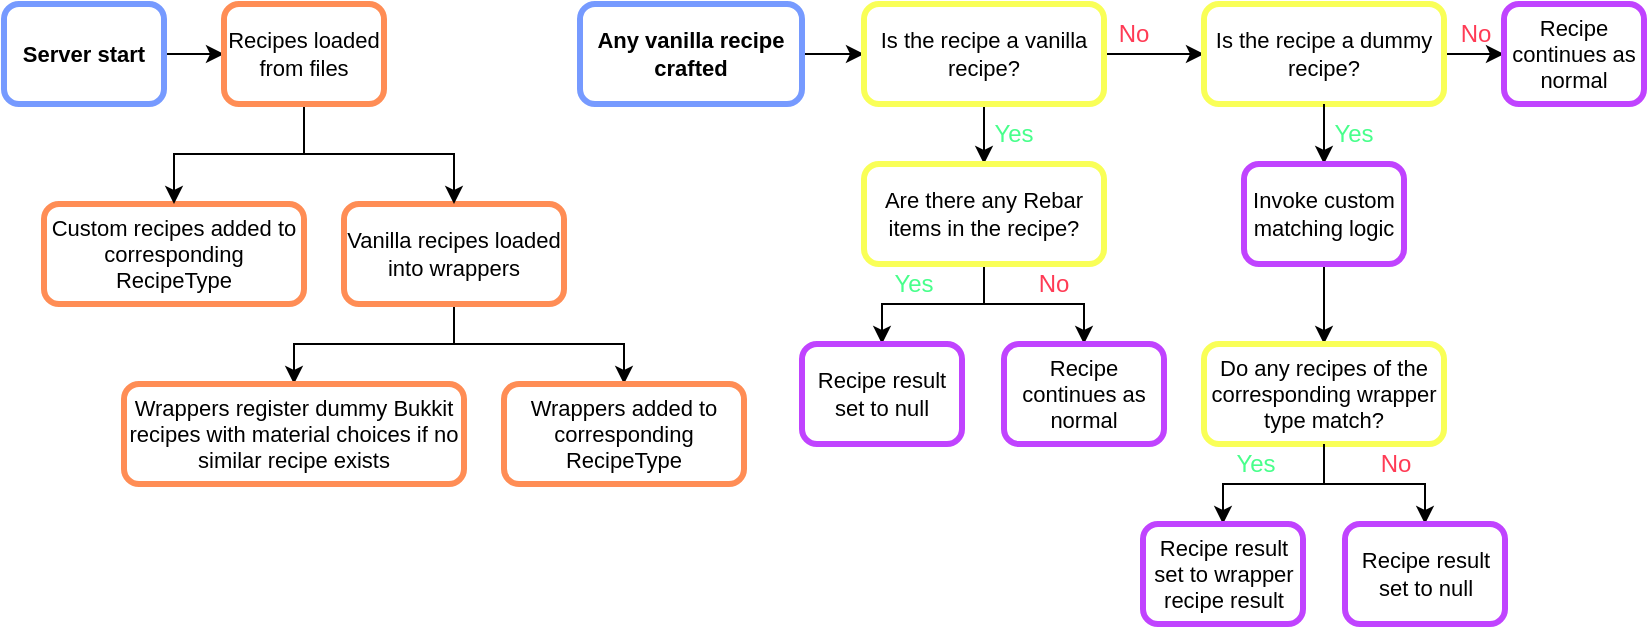
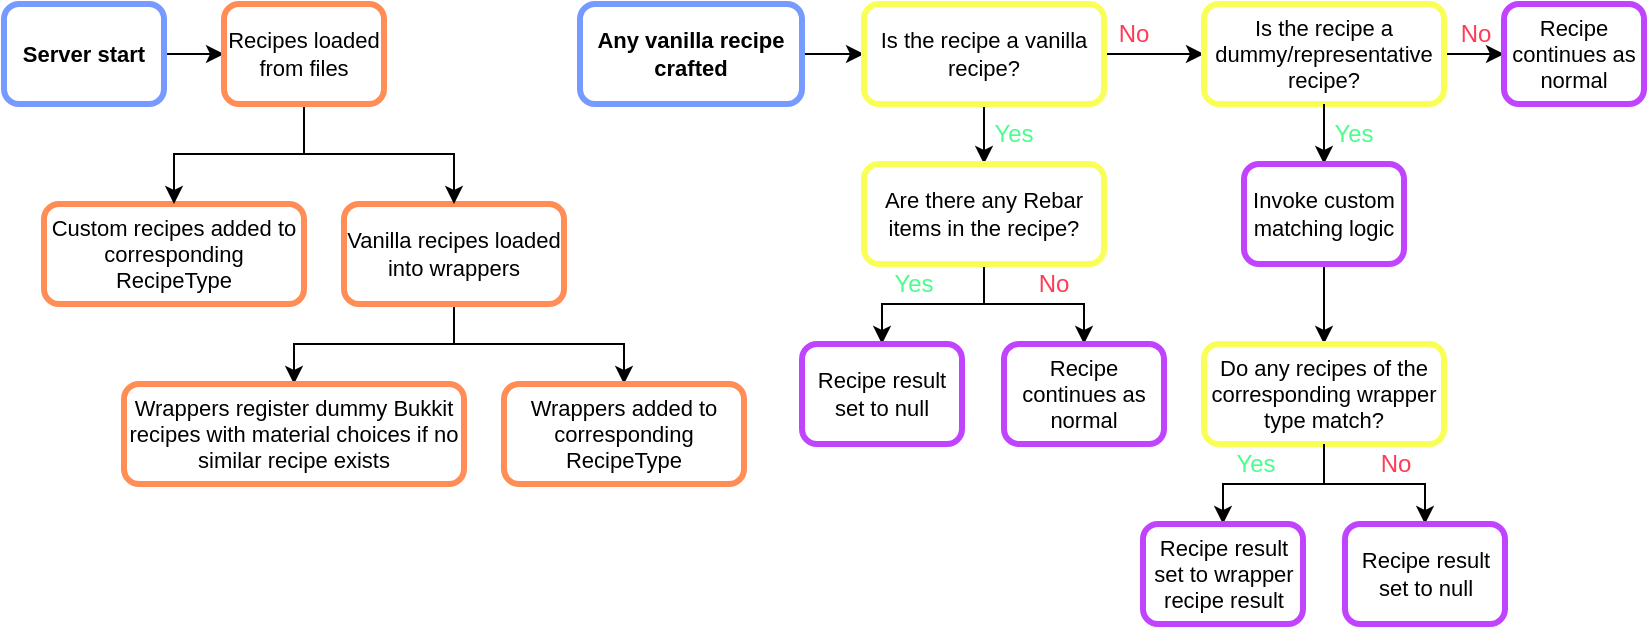
<mxfile host="Electron" agent="Mozilla/5.0 (X11; Linux x86_64) AppleWebKit/537.36 (KHTML, like Gecko) draw.io/28.2.5 Chrome/138.0.7204.251 Electron/37.6.1 Safari/537.36" version="28.2.5">
  <diagram name="Page-1" id="zRISMGSPJb2iWKu7wSxN">
-     <mxGraphModel dx="3420" dy="1708" grid="1" gridSize="10" guides="1" tooltips="1" connect="1" arrows="1" fold="1" page="0" pageScale="1" pageWidth="827" pageHeight="1169" math="0" shadow="0">
+     <mxGraphModel dx="782" dy="82" grid="1" gridSize="10" guides="1" tooltips="1" connect="1" arrows="1" fold="1" page="0" pageScale="1" pageWidth="827" pageHeight="1169" math="0" shadow="0">
      <root>
        <mxCell id="0" />
        <mxCell id="1" parent="0" />
        <mxCell id="WDVlLpDIWkS40uQ7AlG5-25" style="edgeStyle=orthogonalEdgeStyle;rounded=0;orthogonalLoop=1;jettySize=auto;html=1;entryX=0;entryY=0.5;entryDx=0;entryDy=0;" edge="1" parent="1" source="WDVlLpDIWkS40uQ7AlG5-9" target="WDVlLpDIWkS40uQ7AlG5-23">
          <mxGeometry relative="1" as="geometry" />
        </mxCell>
        <mxCell id="WDVlLpDIWkS40uQ7AlG5-9" value="Server start" style="rounded=1;whiteSpace=wrap;html=1;strokeWidth=3;strokeColor=#769AFF;fontStyle=1;fontSize=11;" vertex="1" parent="1">
          <mxGeometry x="70" y="540" width="80" height="50" as="geometry" />
        </mxCell>
        <mxCell id="WDVlLpDIWkS40uQ7AlG5-35" style="edgeStyle=orthogonalEdgeStyle;rounded=0;orthogonalLoop=1;jettySize=auto;html=1;" edge="1" parent="1" source="WDVlLpDIWkS40uQ7AlG5-10" target="WDVlLpDIWkS40uQ7AlG5-20">
          <mxGeometry relative="1" as="geometry" />
        </mxCell>
        <mxCell id="WDVlLpDIWkS40uQ7AlG5-36" style="edgeStyle=orthogonalEdgeStyle;rounded=0;orthogonalLoop=1;jettySize=auto;html=1;" edge="1" parent="1" source="WDVlLpDIWkS40uQ7AlG5-10" target="WDVlLpDIWkS40uQ7AlG5-15">
          <mxGeometry relative="1" as="geometry" />
        </mxCell>
        <mxCell id="WDVlLpDIWkS40uQ7AlG5-10" value="Vanilla recipes loaded into wrappers" style="rounded=1;whiteSpace=wrap;html=1;strokeWidth=3;strokeColor=#FF8D55;fontStyle=0;fontSize=11;" vertex="1" parent="1">
          <mxGeometry x="240" y="640" width="110" height="50" as="geometry" />
        </mxCell>
        <mxCell id="WDVlLpDIWkS40uQ7AlG5-13" value="Custom recipes added to corresponding RecipeType" style="rounded=1;whiteSpace=wrap;html=1;strokeWidth=3;strokeColor=#FF8D55;fontStyle=0;fontSize=11;" vertex="1" parent="1">
          <mxGeometry x="90" y="640" width="130" height="50" as="geometry" />
        </mxCell>
        <mxCell id="WDVlLpDIWkS40uQ7AlG5-15" value="Wrappers added to corresponding RecipeType" style="rounded=1;whiteSpace=wrap;html=1;strokeWidth=3;strokeColor=#FF8D55;fontStyle=0;fontSize=11;" vertex="1" parent="1">
          <mxGeometry x="320" y="730" width="120" height="50" as="geometry" />
        </mxCell>
        <mxCell id="WDVlLpDIWkS40uQ7AlG5-20" value="Wrappers register dummy Bukkit recipes with material choices if no similar recipe exists" style="rounded=1;whiteSpace=wrap;html=1;strokeWidth=3;strokeColor=#FF8D55;fontStyle=0;fontSize=11;" vertex="1" parent="1">
          <mxGeometry x="130" y="730" width="170" height="50" as="geometry" />
        </mxCell>
        <mxCell id="WDVlLpDIWkS40uQ7AlG5-26" style="edgeStyle=orthogonalEdgeStyle;rounded=0;orthogonalLoop=1;jettySize=auto;html=1;" edge="1" parent="1" source="WDVlLpDIWkS40uQ7AlG5-23" target="WDVlLpDIWkS40uQ7AlG5-13">
          <mxGeometry relative="1" as="geometry" />
        </mxCell>
        <mxCell id="WDVlLpDIWkS40uQ7AlG5-34" style="edgeStyle=orthogonalEdgeStyle;rounded=0;orthogonalLoop=1;jettySize=auto;html=1;" edge="1" parent="1" source="WDVlLpDIWkS40uQ7AlG5-23" target="WDVlLpDIWkS40uQ7AlG5-10">
          <mxGeometry relative="1" as="geometry" />
        </mxCell>
        <mxCell id="WDVlLpDIWkS40uQ7AlG5-23" value="Recipes loaded from files" style="rounded=1;whiteSpace=wrap;html=1;strokeWidth=3;strokeColor=#FF8D55;fontStyle=0;fontSize=11;" vertex="1" parent="1">
          <mxGeometry x="180" y="540" width="80" height="50" as="geometry" />
        </mxCell>
        <mxCell id="WDVlLpDIWkS40uQ7AlG5-42" style="edgeStyle=orthogonalEdgeStyle;rounded=0;orthogonalLoop=1;jettySize=auto;html=1;entryX=0;entryY=0.5;entryDx=0;entryDy=0;" edge="1" parent="1" target="WDVlLpDIWkS40uQ7AlG5-41">
          <mxGeometry relative="1" as="geometry">
            <mxPoint x="469" y="565" as="sourcePoint" />
          </mxGeometry>
        </mxCell>
        <mxCell id="WDVlLpDIWkS40uQ7AlG5-38" value="Any vanilla recipe crafted" style="rounded=1;whiteSpace=wrap;html=1;strokeWidth=3;strokeColor=#769AFF;fontStyle=1;fontSize=11;" vertex="1" parent="1">
          <mxGeometry x="358" y="540" width="111" height="50" as="geometry" />
        </mxCell>
        <mxCell id="WDVlLpDIWkS40uQ7AlG5-46" style="edgeStyle=orthogonalEdgeStyle;rounded=0;orthogonalLoop=1;jettySize=auto;html=1;entryX=0.5;entryY=0;entryDx=0;entryDy=0;" edge="1" parent="1" source="WDVlLpDIWkS40uQ7AlG5-41">
          <mxGeometry relative="1" as="geometry">
            <mxPoint x="560" y="619.9999999999999" as="targetPoint" />
          </mxGeometry>
        </mxCell>
        <mxCell id="WDVlLpDIWkS40uQ7AlG5-53" style="edgeStyle=orthogonalEdgeStyle;rounded=0;orthogonalLoop=1;jettySize=auto;html=1;entryX=0;entryY=0.5;entryDx=0;entryDy=0;" edge="1" parent="1" source="WDVlLpDIWkS40uQ7AlG5-41" target="WDVlLpDIWkS40uQ7AlG5-52">
          <mxGeometry relative="1" as="geometry" />
        </mxCell>
        <mxCell id="WDVlLpDIWkS40uQ7AlG5-41" value="Is the recipe a vanilla recipe?" style="rounded=1;whiteSpace=wrap;html=1;strokeWidth=3;strokeColor=#F9FF57;fontStyle=0;fontSize=11;" vertex="1" parent="1">
          <mxGeometry x="500" y="540" width="120" height="50" as="geometry" />
        </mxCell>
        <mxCell id="WDVlLpDIWkS40uQ7AlG5-67" style="edgeStyle=orthogonalEdgeStyle;rounded=0;orthogonalLoop=1;jettySize=auto;html=1;entryX=0.5;entryY=0;entryDx=0;entryDy=0;" edge="1" parent="1" source="WDVlLpDIWkS40uQ7AlG5-47" target="WDVlLpDIWkS40uQ7AlG5-51">
          <mxGeometry relative="1" as="geometry" />
        </mxCell>
        <mxCell id="WDVlLpDIWkS40uQ7AlG5-68" style="edgeStyle=orthogonalEdgeStyle;rounded=0;orthogonalLoop=1;jettySize=auto;html=1;entryX=0.5;entryY=0;entryDx=0;entryDy=0;" edge="1" parent="1" source="WDVlLpDIWkS40uQ7AlG5-47" target="WDVlLpDIWkS40uQ7AlG5-63">
          <mxGeometry relative="1" as="geometry" />
        </mxCell>
        <mxCell id="WDVlLpDIWkS40uQ7AlG5-47" value="Are there any Rebar items in the recipe?" style="rounded=1;whiteSpace=wrap;html=1;strokeWidth=3;strokeColor=#F9FF57;fontStyle=0;fontSize=11;" vertex="1" parent="1">
          <mxGeometry x="500" y="620" width="120" height="50" as="geometry" />
        </mxCell>
        <mxCell id="WDVlLpDIWkS40uQ7AlG5-48" value="Yes" style="text;html=1;align=center;verticalAlign=middle;whiteSpace=wrap;rounded=0;fontColor=#48FF8B;" vertex="1" parent="1">
          <mxGeometry x="560" y="590" width="30" height="30" as="geometry" />
        </mxCell>
        <mxCell id="WDVlLpDIWkS40uQ7AlG5-50" value="Yes" style="text;html=1;align=center;verticalAlign=middle;whiteSpace=wrap;rounded=0;fontColor=#48FF8B;" vertex="1" parent="1">
          <mxGeometry x="510" y="670" width="30" height="20" as="geometry" />
        </mxCell>
        <mxCell id="WDVlLpDIWkS40uQ7AlG5-51" value="Recipe result set to null" style="rounded=1;whiteSpace=wrap;html=1;strokeWidth=3;strokeColor=#C043FF;fontStyle=0;fontSize=11;" vertex="1" parent="1">
          <mxGeometry x="469" y="710" width="80" height="50" as="geometry" />
        </mxCell>
        <mxCell id="WDVlLpDIWkS40uQ7AlG5-81" style="edgeStyle=orthogonalEdgeStyle;rounded=0;orthogonalLoop=1;jettySize=auto;html=1;entryX=0;entryY=0.5;entryDx=0;entryDy=0;" edge="1" parent="1" source="WDVlLpDIWkS40uQ7AlG5-52" target="WDVlLpDIWkS40uQ7AlG5-80">
          <mxGeometry relative="1" as="geometry" />
        </mxCell>
-         <mxCell id="WDVlLpDIWkS40uQ7AlG5-52" value="Is the recipe a dummy recipe?" style="rounded=1;whiteSpace=wrap;html=1;strokeWidth=3;strokeColor=#F9FF57;fontStyle=0;fontSize=11;" vertex="1" parent="1">
+         <mxCell id="WDVlLpDIWkS40uQ7AlG5-52" value="Is the recipe a dummy/representative recipe?" style="rounded=1;whiteSpace=wrap;html=1;strokeWidth=3;strokeColor=#F9FF57;fontStyle=0;fontSize=11;" vertex="1" parent="1">
          <mxGeometry x="670" y="540" width="120" height="50" as="geometry" />
        </mxCell>
        <mxCell id="WDVlLpDIWkS40uQ7AlG5-54" value="No" style="text;html=1;align=center;verticalAlign=middle;whiteSpace=wrap;rounded=0;fontColor=#FF3B55;" vertex="1" parent="1">
          <mxGeometry x="620" y="540" width="30" height="30" as="geometry" />
        </mxCell>
        <mxCell id="WDVlLpDIWkS40uQ7AlG5-56" style="edgeStyle=orthogonalEdgeStyle;rounded=0;orthogonalLoop=1;jettySize=auto;html=1;entryX=0.5;entryY=0;entryDx=0;entryDy=0;" edge="1" parent="1">
          <mxGeometry relative="1" as="geometry">
            <mxPoint x="730" y="590" as="sourcePoint" />
            <mxPoint x="730" y="619.9999999999999" as="targetPoint" />
          </mxGeometry>
        </mxCell>
        <mxCell id="WDVlLpDIWkS40uQ7AlG5-57" value="Yes" style="text;html=1;align=center;verticalAlign=middle;whiteSpace=wrap;rounded=0;fontColor=#48FF8B;" vertex="1" parent="1">
          <mxGeometry x="730" y="590" width="30" height="30" as="geometry" />
        </mxCell>
        <mxCell id="WDVlLpDIWkS40uQ7AlG5-70" style="edgeStyle=orthogonalEdgeStyle;rounded=0;orthogonalLoop=1;jettySize=auto;html=1;" edge="1" parent="1" source="WDVlLpDIWkS40uQ7AlG5-58" target="WDVlLpDIWkS40uQ7AlG5-69">
          <mxGeometry relative="1" as="geometry" />
        </mxCell>
        <mxCell id="WDVlLpDIWkS40uQ7AlG5-58" value="Invoke custom matching logic" style="rounded=1;whiteSpace=wrap;html=1;strokeWidth=3;strokeColor=#C043FF;fontStyle=0;fontSize=11;" vertex="1" parent="1">
          <mxGeometry x="690" y="620" width="80" height="50" as="geometry" />
        </mxCell>
        <mxCell id="WDVlLpDIWkS40uQ7AlG5-63" value="Recipe continues as normal" style="rounded=1;whiteSpace=wrap;html=1;strokeWidth=3;strokeColor=#C043FF;fontStyle=0;fontSize=11;" vertex="1" parent="1">
          <mxGeometry x="570" y="710" width="80" height="50" as="geometry" />
        </mxCell>
        <mxCell id="WDVlLpDIWkS40uQ7AlG5-65" value="No" style="text;html=1;align=center;verticalAlign=middle;whiteSpace=wrap;rounded=0;fontColor=#FF3B55;" vertex="1" parent="1">
          <mxGeometry x="580" y="665" width="30" height="30" as="geometry" />
        </mxCell>
        <mxCell id="WDVlLpDIWkS40uQ7AlG5-69" value="Do any recipes of the corresponding wrapper type match?" style="rounded=1;whiteSpace=wrap;html=1;strokeWidth=3;strokeColor=#F9FF57;fontStyle=0;fontSize=11;" vertex="1" parent="1">
          <mxGeometry x="670" y="710" width="120" height="50" as="geometry" />
        </mxCell>
        <mxCell id="WDVlLpDIWkS40uQ7AlG5-72" style="edgeStyle=orthogonalEdgeStyle;rounded=0;orthogonalLoop=1;jettySize=auto;html=1;entryX=0.5;entryY=0;entryDx=0;entryDy=0;exitX=0.5;exitY=1;exitDx=0;exitDy=0;" edge="1" parent="1" target="WDVlLpDIWkS40uQ7AlG5-75" source="WDVlLpDIWkS40uQ7AlG5-69">
          <mxGeometry relative="1" as="geometry">
            <mxPoint x="730.5" y="775" as="sourcePoint" />
          </mxGeometry>
        </mxCell>
        <mxCell id="WDVlLpDIWkS40uQ7AlG5-73" style="edgeStyle=orthogonalEdgeStyle;rounded=0;orthogonalLoop=1;jettySize=auto;html=1;entryX=0.5;entryY=0;entryDx=0;entryDy=0;exitX=0.5;exitY=1;exitDx=0;exitDy=0;" edge="1" parent="1" target="WDVlLpDIWkS40uQ7AlG5-76" source="WDVlLpDIWkS40uQ7AlG5-69">
          <mxGeometry relative="1" as="geometry">
            <mxPoint x="730.5" y="775" as="sourcePoint" />
          </mxGeometry>
        </mxCell>
        <mxCell id="WDVlLpDIWkS40uQ7AlG5-74" value="Yes" style="text;html=1;align=center;verticalAlign=middle;whiteSpace=wrap;rounded=0;fontColor=#48FF8B;" vertex="1" parent="1">
          <mxGeometry x="680.5" y="760" width="30" height="20" as="geometry" />
        </mxCell>
        <mxCell id="WDVlLpDIWkS40uQ7AlG5-75" value="Recipe result set to wrapper recipe result" style="rounded=1;whiteSpace=wrap;html=1;strokeWidth=3;strokeColor=#C043FF;fontStyle=0;fontSize=11;" vertex="1" parent="1">
          <mxGeometry x="639.5" y="800" width="80" height="50" as="geometry" />
        </mxCell>
        <mxCell id="WDVlLpDIWkS40uQ7AlG5-76" value="Recipe result set to null" style="rounded=1;whiteSpace=wrap;html=1;strokeWidth=3;strokeColor=#C043FF;fontStyle=0;fontSize=11;" vertex="1" parent="1">
          <mxGeometry x="740.5" y="800" width="80" height="50" as="geometry" />
        </mxCell>
        <mxCell id="WDVlLpDIWkS40uQ7AlG5-77" value="No" style="text;html=1;align=center;verticalAlign=middle;whiteSpace=wrap;rounded=0;fontColor=#FF3B55;" vertex="1" parent="1">
          <mxGeometry x="750.5" y="755" width="30" height="30" as="geometry" />
        </mxCell>
        <mxCell id="WDVlLpDIWkS40uQ7AlG5-79" value="No" style="text;html=1;align=center;verticalAlign=middle;whiteSpace=wrap;rounded=0;fontColor=#FF3B55;" vertex="1" parent="1">
          <mxGeometry x="790.5" y="540" width="30" height="30" as="geometry" />
        </mxCell>
        <mxCell id="WDVlLpDIWkS40uQ7AlG5-80" value="Recipe continues as normal" style="rounded=1;whiteSpace=wrap;html=1;strokeWidth=3;strokeColor=#C043FF;fontStyle=0;fontSize=11;" vertex="1" parent="1">
          <mxGeometry x="820" y="540" width="70" height="50" as="geometry" />
        </mxCell>
      </root>
    </mxGraphModel>
  </diagram>
</mxfile>
